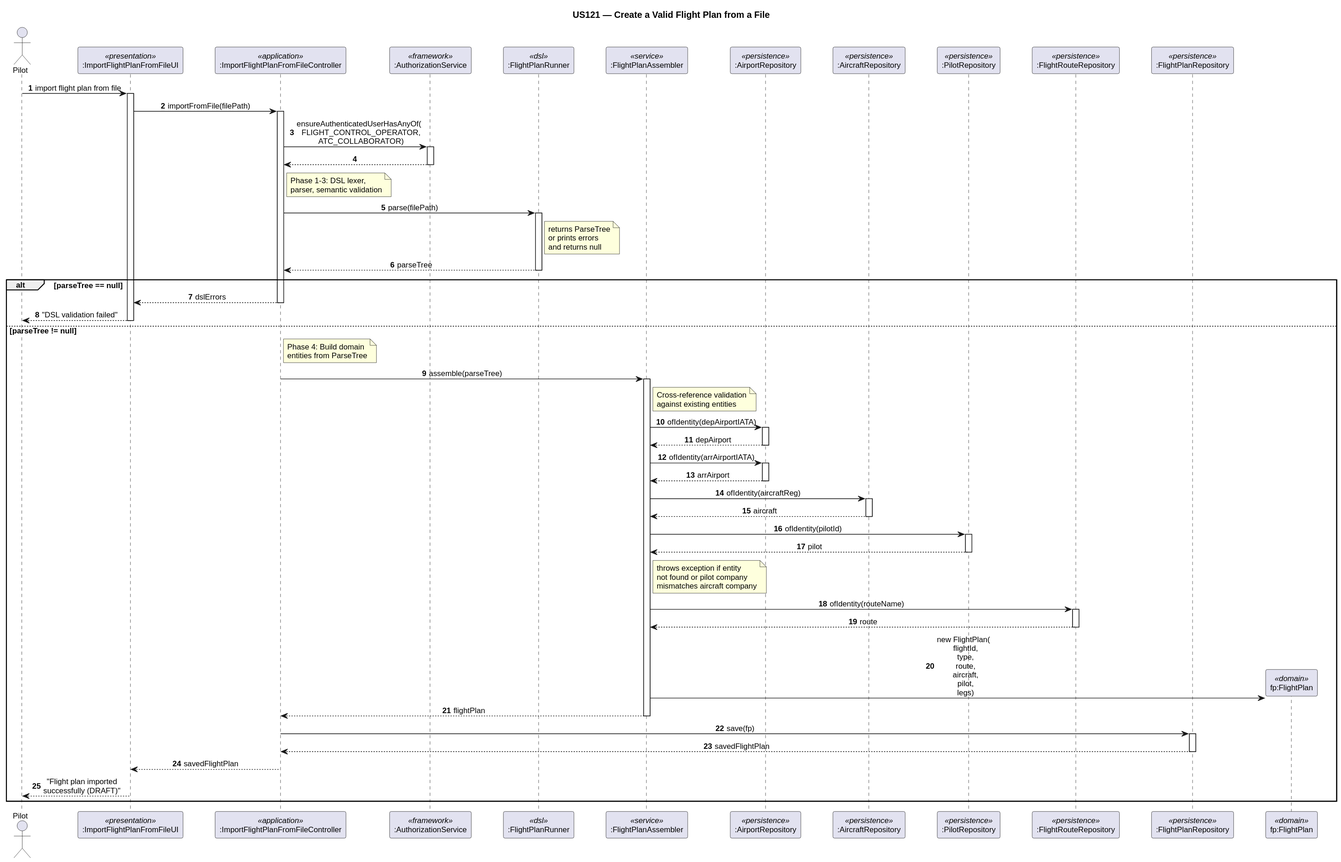
This is docs/Sprint3/LPROG/us_121/sd_us121_import_flightplan.svg from 1240826/aisafe-flight-control, a PlantUML export, as it was before one commit.
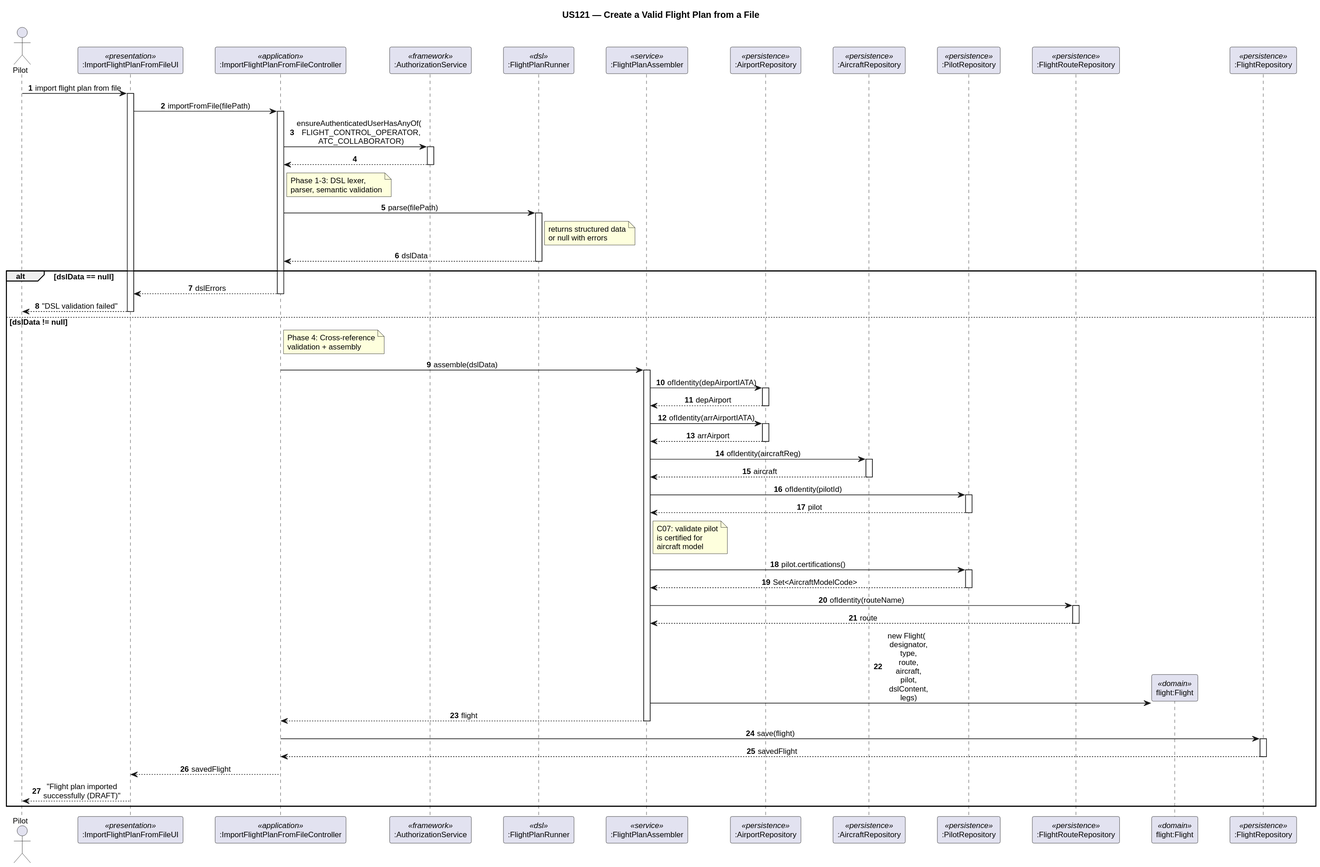
After the commit.

Commit message:
US121 update - flight plan integration in the system according to US85. References #86

What changed in the source:
```diff
@@ -18,8 +18,8 @@
 participant ":AircraftRepository" as acRepo <<persistence>>
 participant ":PilotRepository" as pilotRepo <<persistence>>
 participant ":FlightRouteRepository" as routeRepo <<persistence>>
-participant ":FlightPlanRepository" as fpRepo <<persistence>>
-participant "fp:FlightPlan" as fp <<domain>>
+participant "flight:Flight" as flight <<domain>>
+participant ":FlightRepository" as fpRepo <<persistence>>
 
 actor -> ui : import flight plan from file
 activate ui
@@ -37,23 +37,21 @@
 ctrl -> runner : parse(filePath)
 activate runner
 
-note right of runner : returns ParseTree\nor prints errors\nand returns null
+note right of runner : returns structured data\nor null with errors
 
-runner --> ctrl : parseTree
+runner --> ctrl : dslData
 deactivate runner
 
-alt parseTree == null
+alt dslData == null
   ctrl --> ui : dslErrors
   deactivate ctrl
   ui --> actor : "DSL validation failed"
   deactivate ui
-else parseTree != null
-  note right of ctrl : Phase 4: Build domain\nentities from ParseTree
+else dslData != null
+  note right of ctrl : Phase 4: Cross-reference\nvalidation + assembly
 
-  ctrl -> assembler : assemble(parseTree)
+  ctrl -> assembler : assemble(dslData)
   activate assembler
-
-  note right of assembler : Cross-reference validation\nagainst existing entities
 
   assembler -> aptRepo : ofIdentity(depAirportIATA)
   activate aptRepo
@@ -75,25 +73,30 @@
   pilotRepo --> assembler : pilot
   deactivate pilotRepo
 
-  note right of assembler : throws exception if entity\nnot found or pilot company\nmismatches aircraft company
+  note right of assembler : C07: validate pilot\nis certified for\naircraft model
+
+  assembler -> pilotRepo : pilot.certifications()
+  activate pilotRepo
+  pilotRepo --> assembler : Set<AircraftModelCode>
+  deactivate pilotRepo
 
   assembler -> routeRepo : ofIdentity(routeName)
   activate routeRepo
   routeRepo --> assembler : route
   deactivate routeRepo
 
-  create fp
-  assembler -> fp ** : new FlightPlan(\n  flightId,\n  type,\n  route,\n  aircraft,\n  pilot,\n  legs)
+  create flight
+  assembler -> flight ** : new Flight(\n  designator,\n  type,\n  route,\n  aircraft,\n  pilot,\n  dslContent,\n  legs)
 
-  assembler --> ctrl : flightPlan
+  assembler --> ctrl : flight
   deactivate assembler
 
-  ctrl -> fpRepo : save(fp)
+  ctrl -> fpRepo : save(flight)
   activate fpRepo
-  fpRepo --> ctrl : savedFlightPlan
+  fpRepo --> ctrl : savedFlight
   deactivate fpRepo
 
-  ctrl --> ui : savedFlightPlan
+  ctrl --> ui : savedFlight
   deactivate ctrl
 
   ui --> actor : "Flight plan imported\nsuccessfully (DRAFT)"
```
